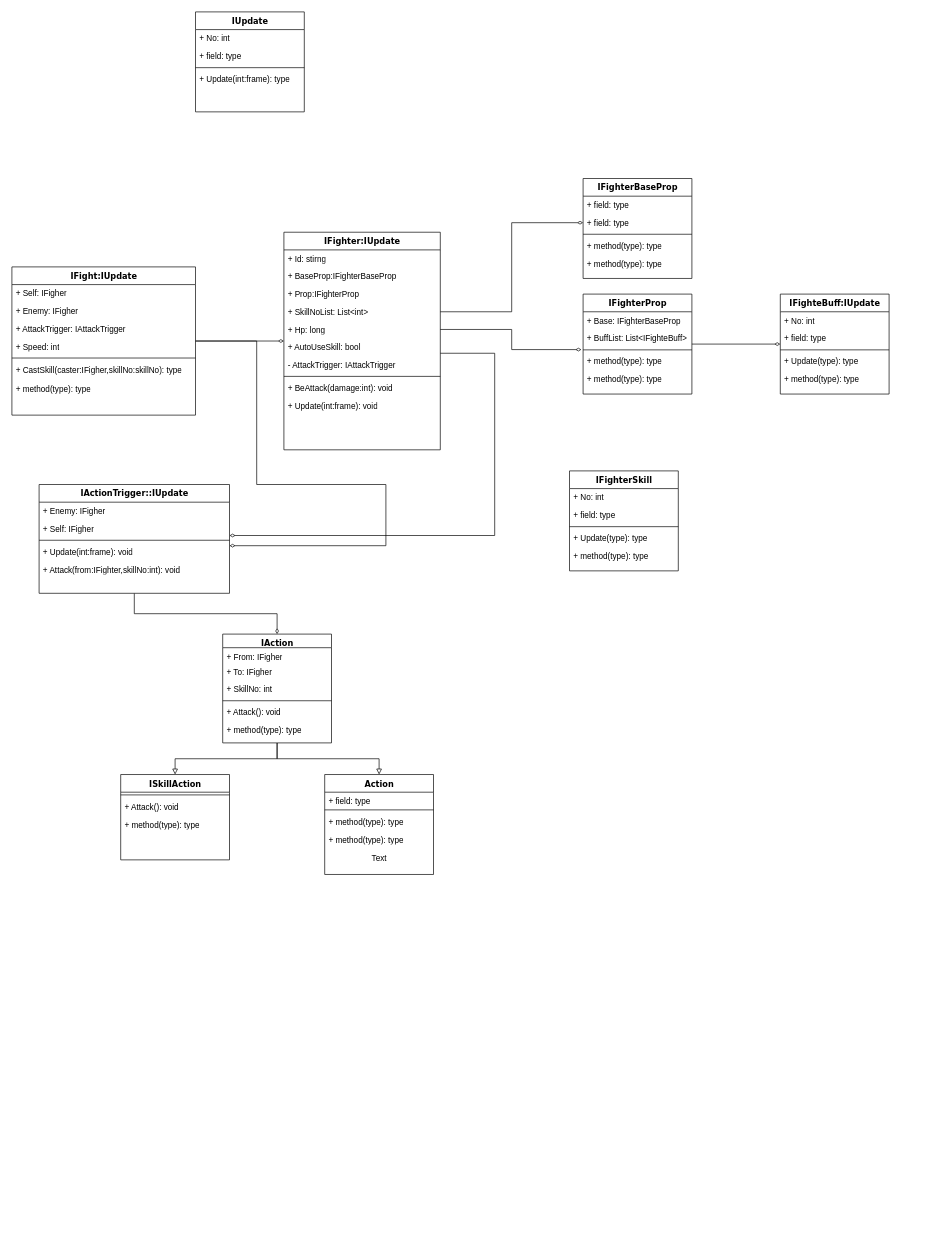
LqMask/Draw keeps this draw.io diagram as Untitled Diagram.drawio. Above is the earlier version. Source tidied: cells renumbered, new cells numbered last; positions are measured from the earlier drawing's top-left corner, leaving out a move shared by most shapes. Both pictures are drawn from the tidied source at 68%, with x=0, y=0 at pixel (12, 12).
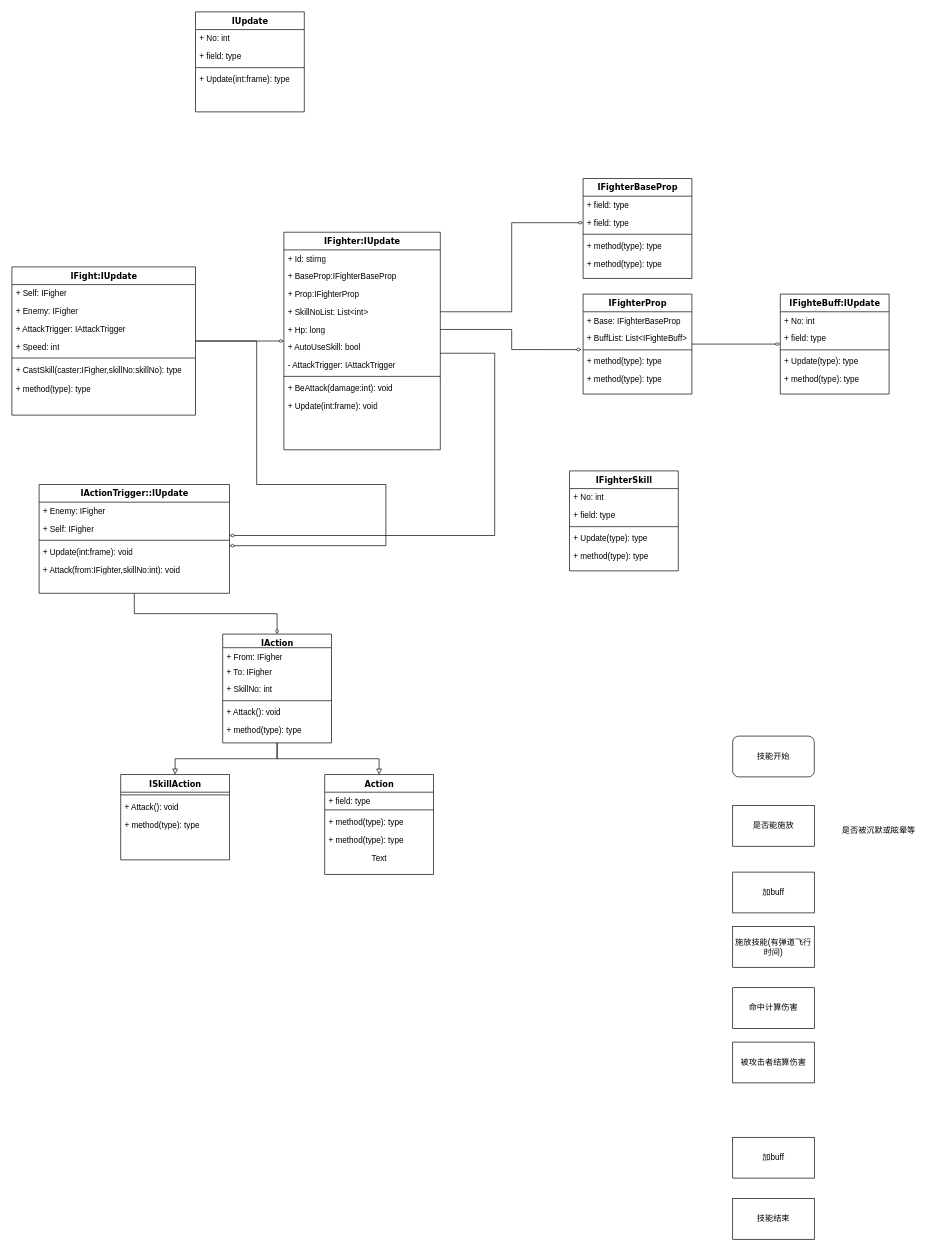
After the change.

The edit, as a diff of the source:
```diff
@@
+    <mxCell id="82" value="技能开始" style="rounded=1;whiteSpace=wrap;html=1;" parent="1" vertex="1">
+      <mxGeometry x="1060" y="1065" width="120" height="60" as="geometry" />
+    </mxCell>
+    <mxCell id="83" value="是否能施放" style="rounded=0;whiteSpace=wrap;html=1;" parent="1" vertex="1">
+      <mxGeometry x="1060" y="1167" width="120" height="60" as="geometry" />
+    </mxCell>
+    <mxCell id="84" value="加buff" style="rounded=0;whiteSpace=wrap;html=1;" parent="1" vertex="1">
+      <mxGeometry x="1060" y="1265" width="120" height="60" as="geometry" />
+    </mxCell>
+    <mxCell id="85" value="命中计算伤害" style="rounded=0;whiteSpace=wrap;html=1;" parent="1" vertex="1">
+      <mxGeometry x="1060" y="1435" width="120" height="60" as="geometry" />
+    </mxCell>
+    <mxCell id="86" value="加buff" style="rounded=0;whiteSpace=wrap;html=1;" parent="1" vertex="1">
+      <mxGeometry x="1060" y="1655" width="120" height="60" as="geometry" />
+    </mxCell>
+    <mxCell id="87" value="技能结束" style="rounded=0;whiteSpace=wrap;html=1;" parent="1" vertex="1">
+      <mxGeometry x="1060" y="1745" width="120" height="60" as="geometry" />
+    </mxCell>
+    <mxCell id="88" value="施放技能(有弹道飞行时间)" style="rounded=0;whiteSpace=wrap;html=1;" parent="1" vertex="1">
+      <mxGeometry x="1060" y="1345" width="120" height="60" as="geometry" />
+    </mxCell>
+    <mxCell id="89" value="被攻击者结算伤害" style="rounded=0;whiteSpace=wrap;html=1;" parent="1" vertex="1">
+      <mxGeometry x="1060" y="1515" width="120" height="60" as="geometry" />
+    </mxCell>
+    <mxCell id="90" value="是否被沉默或眩晕等" style="text;strokeColor=none;align=center;fillColor=none;html=1;verticalAlign=middle;whiteSpace=wrap;rounded=0;" parent="1" vertex="1">
+      <mxGeometry x="1200" y="1182" width="150" height="43" as="geometry" />
+    </mxCell>
```
